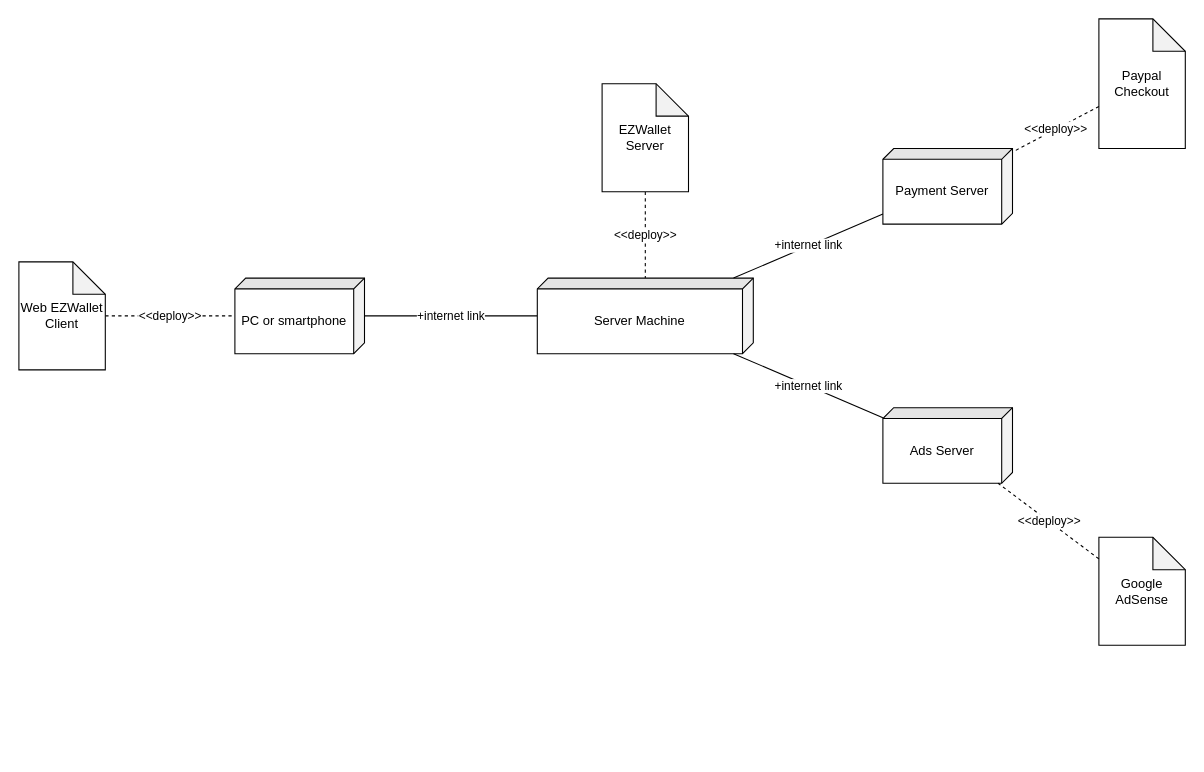
Before: diagrams/DiagramDesignFiles/DeploymentDiagramV2.drawio in pucciorenzo/softengTesting, a draw.io diagram. Source tidied: cells renumbered, new cells numbered last; positions are measured from the earlier drawing's top-left corner, leaving out a move shared by most shapes. Both pictures are drawn from the tidied source at 108%, with x=0, y=0 at pixel (18, 18).
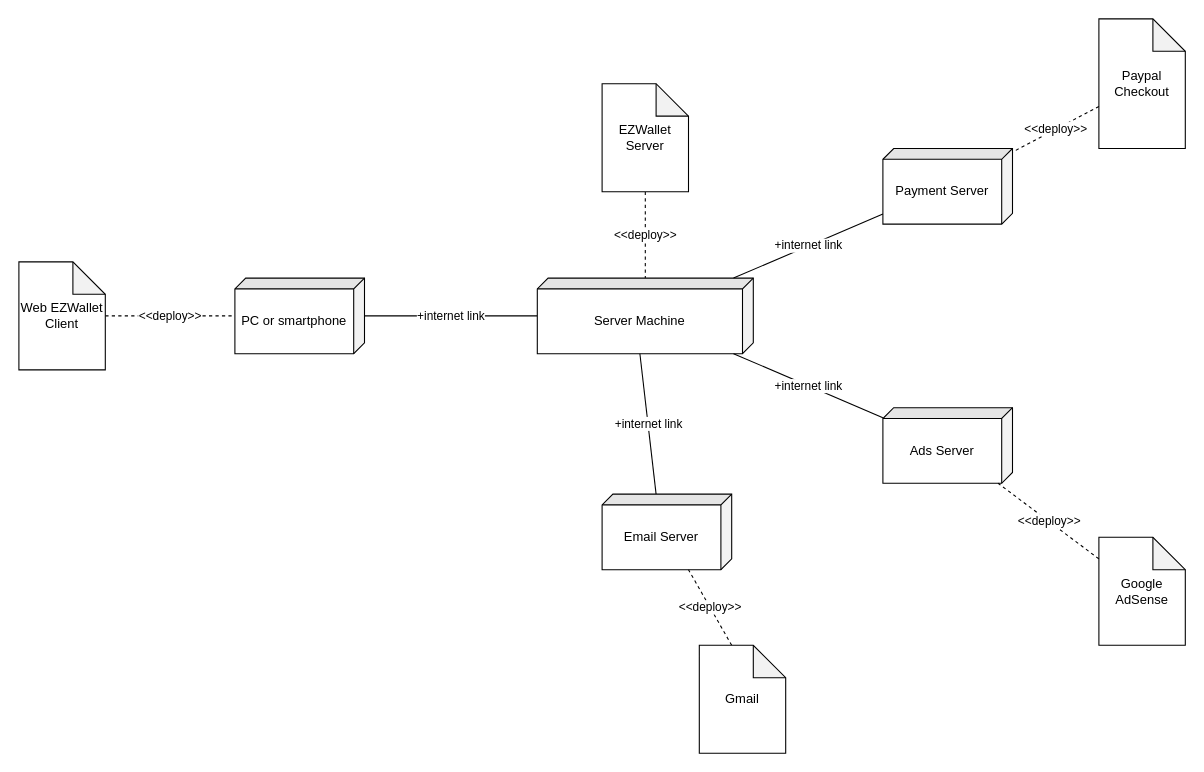
Above is the later version.

Commit message (it also covers changes not shown here):
Context and Dep diagrams v2 added email service

Unchanged cells that the change refers to:
```xml
<mxCell id="6" value="Server Machine" style="shape=cube;whiteSpace=wrap;html=1;boundedLbl=1;backgroundOutline=1;darkOpacity=0.05;darkOpacity2=0.1;direction=south;size=10;" parent="1" vertex="1">
  <mxGeometry x="480" y="240" width="200" height="70" as="geometry" />
</mxCell>
```

Diff of the diagram source:
```diff
@@
+    <mxCell id="17" value="+internet link" style="endArrow=none;html=1;rounded=0;entryX=0;entryY=0;entryDx=70;entryDy=105;entryPerimeter=0;" parent="1" edge="1" target="6">
+      <mxGeometry relative="1" as="geometry">
+        <mxPoint x="590" y="440" as="sourcePoint" />
+      </mxGeometry>
+    </mxCell>
+    <mxCell id="18" value="&lt;div&gt;Email Server&lt;/div&gt;" style="shape=cube;whiteSpace=wrap;html=1;boundedLbl=1;backgroundOutline=1;darkOpacity=0.05;darkOpacity2=0.1;direction=south;size=10;" parent="1" vertex="1">
+      <mxGeometry x="540" y="440" width="120" height="70" as="geometry" />
+    </mxCell>
+    <mxCell id="19" value="&amp;lt;&amp;lt;deploy&amp;gt;&amp;gt;" style="endArrow=none;dashed=1;html=1;rounded=0;" parent="1" edge="1" target="18">
+      <mxGeometry relative="1" as="geometry">
+        <mxPoint x="660" y="580" as="sourcePoint" />
+      </mxGeometry>
+    </mxCell>
+    <mxCell id="20" value="&lt;div&gt;Gmail&lt;/div&gt;" style="shape=note;whiteSpace=wrap;html=1;backgroundOutline=1;darkOpacity=0.05;" parent="1" vertex="1">
+      <mxGeometry x="630" y="580" width="80" height="100" as="geometry" />
+    </mxCell>
```
